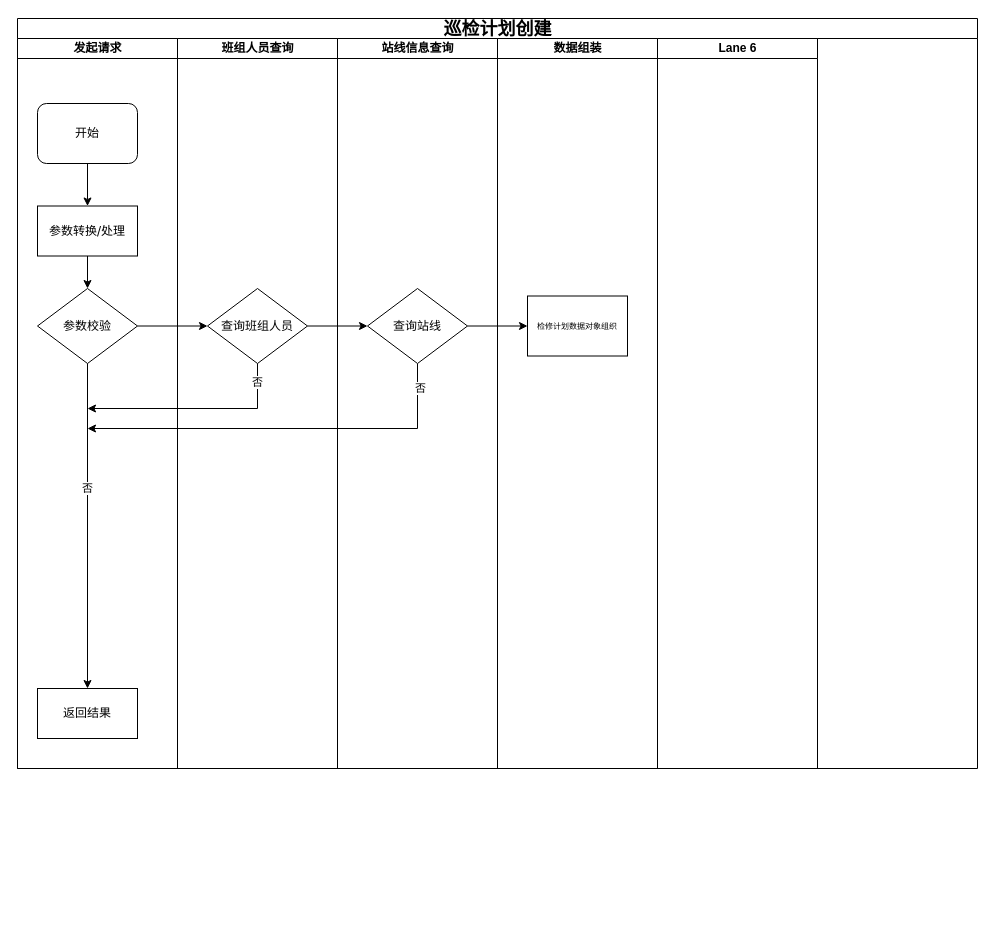
Above: 未命名绘图.drawio in wwwwbo/jasperreport_demo (draw.io), before the change. Source tidied: cells renumbered, new cells numbered last; positions are measured from the earlier drawing's top-left corner, leaving out a move shared by most shapes. Both pictures are drawn from the tidied source at 100%, with x=0, y=0 at pixel (17, 18).
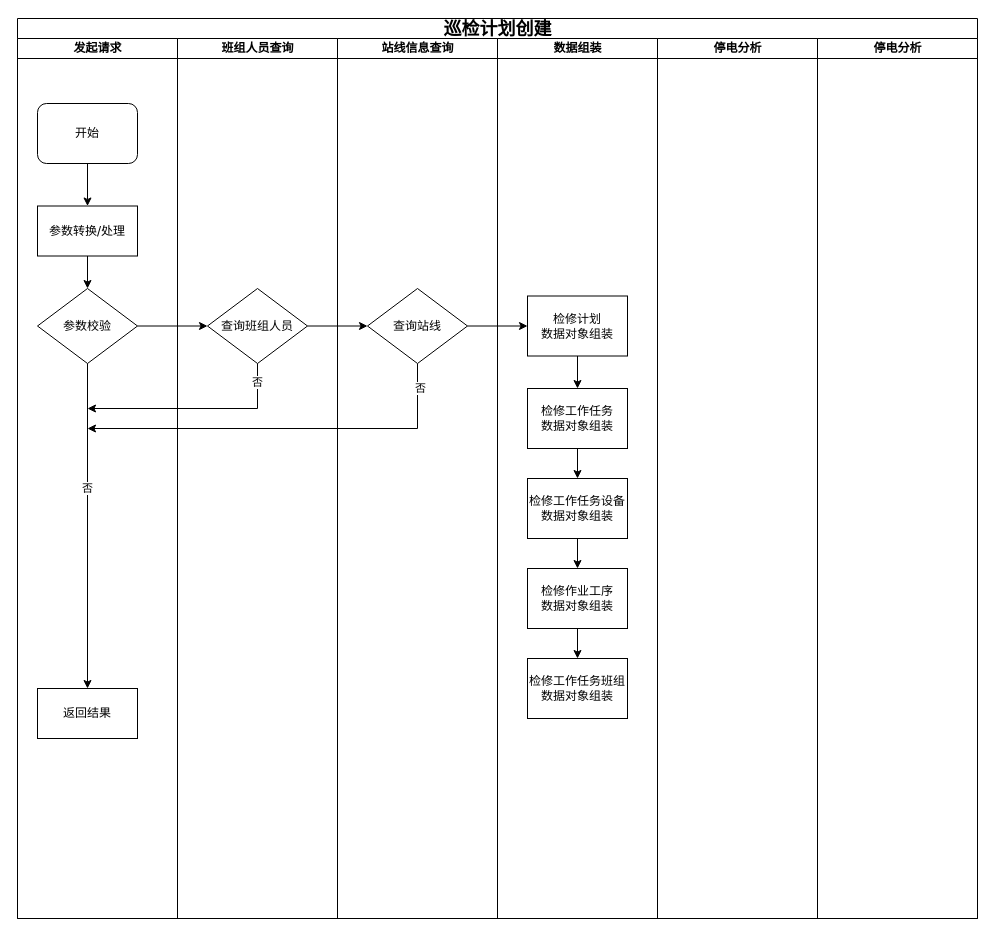
Above is the later version.

Commit message (it also covers changes not shown here):
更新未命名绘图.drawio

Diff of the diagram source:
```diff
@@
     <mxCell id="2" value="&lt;font style=&quot;font-size: 18px;&quot;&gt;巡检计划创建&lt;/font&gt;" style="swimlane;html=1;startSize=20;rounded=0;shadow=0;labelBackgroundColor=none;strokeWidth=1;fontFamily=Verdana;fontSize=8;align=center;" parent="1" vertex="1">
-      <mxGeometry width="960" height="750" as="geometry" />
+      <mxGeometry width="960" height="900" as="geometry" />
     </mxCell>
     <mxCell id="3" value="发起请求" style="swimlane;html=1;startSize=20;" parent="2" vertex="1">
-      <mxGeometry y="20" width="160" height="730" as="geometry" />
+      <mxGeometry y="20" width="160" height="880" as="geometry" />
     </mxCell>
@@
     <mxCell id="12" value="班组人员查询" style="swimlane;html=1;startSize=20;" parent="2" vertex="1">
-      <mxGeometry x="160" y="20" width="160" height="730" as="geometry" />
+      <mxGeometry x="160" y="20" width="160" height="880" as="geometry" />
     </mxCell>
@@
     <mxCell id="16" value="站线信息查询" style="swimlane;html=1;startSize=20;" parent="2" vertex="1">
-      <mxGeometry x="320" y="20" width="160" height="730" as="geometry" />
+      <mxGeometry x="320" y="20" width="160" height="880" as="geometry" />
     </mxCell>
@@
     <mxCell id="20" value="数据组装" style="swimlane;html=1;startSize=20;" parent="2" vertex="1">
-      <mxGeometry x="480" y="20" width="160" height="730" as="geometry" />
+      <mxGeometry x="480" y="20" width="160" height="880" as="geometry" />
     </mxCell>
+    <mxCell id="26" style="edgeStyle=orthogonalEdgeStyle;rounded=0;jettySize=auto;html=1;" parent="20" edge="1" source="21" target="28">
+      <mxGeometry relative="1" as="geometry" />
+    </mxCell>
-    <mxCell id="21" value="检修计划数据对象组织" style="whiteSpace=wrap;html=1;fontSize=8;fontFamily=Verdana;rounded=0;shadow=0;labelBackgroundColor=none;strokeWidth=1;" parent="20" vertex="1">
+    <mxCell id="21" value="&lt;font style=&quot;font-size: 12px;&quot;&gt;检修计划&lt;/font&gt;&lt;div&gt;&lt;font style=&quot;font-size: 12px;&quot;&gt;数据对象组装&lt;/font&gt;&lt;/div&gt;" style="whiteSpace=wrap;html=1;fontSize=8;fontFamily=Verdana;rounded=0;shadow=0;labelBackgroundColor=none;strokeWidth=1;" parent="20" vertex="1">
       <mxGeometry x="30" y="257.5" width="100" height="60" as="geometry" />
     </mxCell>
+    <mxCell id="27" style="edgeStyle=orthogonalEdgeStyle;rounded=0;jettySize=auto;html=1;exitX=0.5;exitY=1;exitDx=0;exitDy=0;entryX=0.5;entryY=0;entryDx=0;entryDy=0;" parent="20" edge="1" source="28" target="30">
+      <mxGeometry relative="1" as="geometry" />
+    </mxCell>
+    <mxCell id="28" value="&lt;font style=&quot;font-size: 12px;&quot;&gt;检修工作任务&lt;/font&gt;&lt;div&gt;&lt;span style=&quot;font-size: 12px;&quot;&gt;数据对象组装&lt;/span&gt;&lt;/div&gt;" style="whiteSpace=wrap;html=1;fontSize=8;fontFamily=Verdana;rounded=0;shadow=0;labelBackgroundColor=none;strokeWidth=1;" parent="20" vertex="1">
+      <mxGeometry x="30" y="350" width="100" height="60" as="geometry" />
+    </mxCell>
+    <mxCell id="29" style="edgeStyle=orthogonalEdgeStyle;rounded=0;jettySize=auto;html=1;exitX=0.5;exitY=1;exitDx=0;exitDy=0;entryX=0.5;entryY=0;entryDx=0;entryDy=0;" parent="20" edge="1" source="30" target="32">
+      <mxGeometry relative="1" as="geometry" />
+    </mxCell>
+    <mxCell id="30" value="&lt;font style=&quot;font-size: 12px;&quot;&gt;检修工作任务设备&lt;/font&gt;&lt;div&gt;&lt;span style=&quot;font-size: 12px;&quot;&gt;数据对象组装&lt;/span&gt;&lt;/div&gt;" style="whiteSpace=wrap;html=1;fontSize=8;fontFamily=Verdana;rounded=0;shadow=0;labelBackgroundColor=none;strokeWidth=1;" parent="20" vertex="1">
+      <mxGeometry x="30" y="440" width="100" height="60" as="geometry" />
+    </mxCell>
+    <mxCell id="31" style="edgeStyle=orthogonalEdgeStyle;rounded=0;jettySize=auto;html=1;exitX=0.5;exitY=1;exitDx=0;exitDy=0;entryX=0.5;entryY=0;entryDx=0;entryDy=0;" parent="20" edge="1" source="32" target="33">
+      <mxGeometry relative="1" as="geometry" />
+    </mxCell>
+    <mxCell id="32" value="&lt;font style=&quot;font-size: 12px;&quot;&gt;检修作业工序&lt;/font&gt;&lt;div&gt;&lt;span style=&quot;font-size: 12px;&quot;&gt;数据对象组装&lt;/span&gt;&lt;/div&gt;" style="whiteSpace=wrap;html=1;fontSize=8;fontFamily=Verdana;rounded=0;shadow=0;labelBackgroundColor=none;strokeWidth=1;" parent="20" vertex="1">
+      <mxGeometry x="30" y="530" width="100" height="60" as="geometry" />
+    </mxCell>
+    <mxCell id="33" value="&lt;font style=&quot;font-size: 12px;&quot;&gt;检修工作任务班组&lt;/font&gt;&lt;div&gt;&lt;span style=&quot;font-size: 12px;&quot;&gt;数据对象组装&lt;/span&gt;&lt;/div&gt;" style="whiteSpace=wrap;html=1;fontSize=8;fontFamily=Verdana;rounded=0;shadow=0;labelBackgroundColor=none;strokeWidth=1;" parent="20" vertex="1">
+      <mxGeometry x="30" y="620" width="100" height="60" as="geometry" />
+    </mxCell>
-    <mxCell id="22" value="Lane 6" style="swimlane;html=1;startSize=20;" parent="2" vertex="1">
-      <mxGeometry x="640" y="20" width="160" height="730" as="geometry" />
+    <mxCell id="22" value="停电分析" style="swimlane;html=1;startSize=20;" parent="2" vertex="1">
+      <mxGeometry x="640" y="20" width="160" height="880" as="geometry" />
     </mxCell>
@@
+    <mxCell id="34" value="停电分析" style="swimlane;html=1;startSize=20;" parent="2" vertex="1">
+      <mxGeometry x="800" y="20" width="160" height="880" as="geometry" />
+    </mxCell>
```
